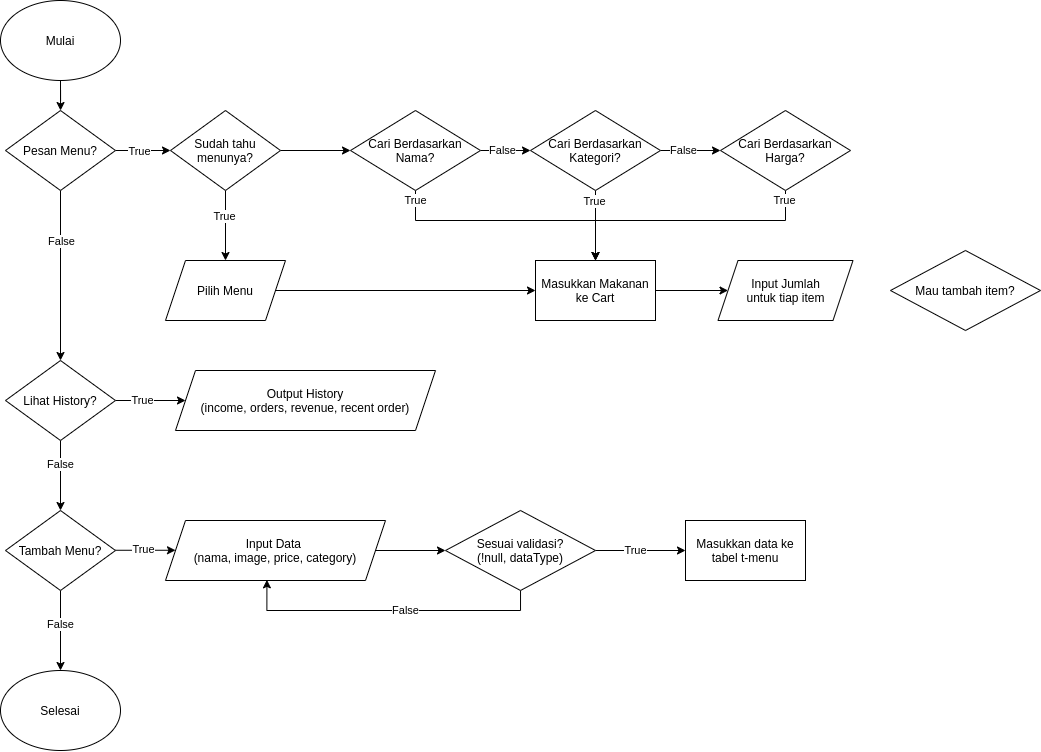
alifma/pos-backend keeps this draw.io diagram as POS-Backend-Diagram.png. Above is the earlier version. Source tidied: cells renumbered, new cells last; positions are measured from the earlier drawing's top-left corner, leaving out a move shared by most shapes. Source of this version:
```xml
<mxGraphModel>
  <root>
    <mxCell id="0" />
    <mxCell id="1" parent="0" />
    <mxCell id="2" style="edgeStyle=orthogonalEdgeStyle;rounded=0;jettySize=auto;html=1;" parent="1" edge="1" source="3" target="9">
      <mxGeometry relative="1" as="geometry" />
    </mxCell>
    <mxCell id="3" value="Mulai" style="ellipse;whiteSpace=wrap;html=1;" parent="1" vertex="1">
      <mxGeometry width="120" height="80" as="geometry" />
    </mxCell>
    <mxCell id="4" value="Selesai" style="ellipse;whiteSpace=wrap;html=1;" parent="1" vertex="1">
      <mxGeometry y="670" width="120" height="80" as="geometry" />
    </mxCell>
    <mxCell id="5" style="edgeStyle=orthogonalEdgeStyle;rounded=0;jettySize=auto;html=1;" parent="1" edge="1" source="9" target="14">
      <mxGeometry relative="1" as="geometry" />
    </mxCell>
    <mxCell id="6" value="False" style="edgeLabel;html=1;align=center;verticalAlign=middle;" parent="5" vertex="1">
      <mxGeometry x="-0.41" y="1" relative="1" as="geometry" />
    </mxCell>
    <mxCell id="7" style="edgeStyle=orthogonalEdgeStyle;rounded=0;jettySize=auto;html=1;" parent="1" edge="1" source="9" target="32">
      <mxGeometry relative="1" as="geometry" />
    </mxCell>
    <mxCell id="8" value="True" style="edgeLabel;html=1;align=center;verticalAlign=middle;" parent="7" vertex="1">
      <mxGeometry x="-0.13" y="-1" relative="1" as="geometry" />
    </mxCell>
    <mxCell id="9" value="Pesan Menu?" style="rhombus;whiteSpace=wrap;html=1;" parent="1" vertex="1">
      <mxGeometry x="5" y="110" width="110" height="80" as="geometry" />
    </mxCell>
    <mxCell id="10" style="edgeStyle=orthogonalEdgeStyle;rounded=0;jettySize=auto;html=1;" parent="1" edge="1" source="14" target="19">
      <mxGeometry relative="1" as="geometry" />
    </mxCell>
    <mxCell id="11" value="False" style="edgeLabel;html=1;align=center;verticalAlign=middle;" parent="10" vertex="1">
      <mxGeometry x="-0.33" relative="1" as="geometry" />
    </mxCell>
    <mxCell id="12" style="edgeStyle=orthogonalEdgeStyle;rounded=0;jettySize=auto;html=1;" parent="1" edge="1" source="14" target="28">
      <mxGeometry relative="1" as="geometry" />
    </mxCell>
    <mxCell id="13" value="True" style="edgeLabel;html=1;align=center;verticalAlign=middle;" parent="12" vertex="1">
      <mxGeometry x="-0.25" relative="1" as="geometry" />
    </mxCell>
    <mxCell id="14" value="Lihat History?" style="rhombus;whiteSpace=wrap;html=1;" parent="1" vertex="1">
      <mxGeometry x="5" y="360" width="110" height="80" as="geometry" />
    </mxCell>
    <mxCell id="15" style="edgeStyle=orthogonalEdgeStyle;rounded=0;jettySize=auto;html=1;" parent="1" edge="1" source="19" target="4">
      <mxGeometry relative="1" as="geometry" />
    </mxCell>
    <mxCell id="16" value="False" style="edgeLabel;html=1;align=center;verticalAlign=middle;" parent="15" vertex="1">
      <mxGeometry x="0.21" y="-2" relative="1" as="geometry">
        <mxPoint x="2" y="-14.3" as="offset" />
      </mxGeometry>
    </mxCell>
    <mxCell id="17" style="edgeStyle=orthogonalEdgeStyle;rounded=0;orthogonalLoop=1;jettySize=auto;html=1;" parent="1" edge="1">
      <mxGeometry relative="1" as="geometry">
        <mxPoint x="115" y="549.8" as="sourcePoint" />
        <mxPoint x="175" y="549.8" as="targetPoint" />
      </mxGeometry>
    </mxCell>
    <mxCell id="18" value="True" style="edgeLabel;html=1;align=center;verticalAlign=middle;" parent="17" vertex="1">
      <mxGeometry x="0.12" y="-1" relative="1" as="geometry">
        <mxPoint x="-6.3" y="-1.8" as="offset" />
      </mxGeometry>
    </mxCell>
    <mxCell id="19" value="Tambah Menu?" style="rhombus;whiteSpace=wrap;html=1;" parent="1" vertex="1">
      <mxGeometry x="5" y="510" width="110" height="80" as="geometry" />
    </mxCell>
    <mxCell id="20" style="edgeStyle=orthogonalEdgeStyle;rounded=0;jettySize=auto;html=1;" parent="1" edge="1" source="21" target="26">
      <mxGeometry relative="1" as="geometry" />
    </mxCell>
    <mxCell id="21" value="Input Data&amp;nbsp;&lt;br&gt;(nama, image, price, category)" style="shape=parallelogram;perimeter=parallelogramPerimeter;whiteSpace=wrap;html=1;fixedSize=1;" parent="1" vertex="1">
      <mxGeometry x="165" y="520" width="220" height="60" as="geometry" />
    </mxCell>
    <mxCell id="22" style="edgeStyle=orthogonalEdgeStyle;rounded=0;jettySize=auto;html=1;entryX=0.461;entryY=0.989;entryDx=0;entryDy=0;entryPerimeter=0;" parent="1" edge="1" source="26" target="21">
      <mxGeometry relative="1" as="geometry">
        <Array as="points">
          <mxPoint x="520" y="610" />
          <mxPoint x="266" y="610" />
        </Array>
      </mxGeometry>
    </mxCell>
    <mxCell id="23" value="False" style="edgeLabel;html=1;align=center;verticalAlign=middle;" parent="22" vertex="1">
      <mxGeometry x="-0.11" relative="1" as="geometry" />
    </mxCell>
    <mxCell id="24" style="edgeStyle=orthogonalEdgeStyle;rounded=0;jettySize=auto;html=1;" parent="1" edge="1" source="26" target="27">
      <mxGeometry relative="1" as="geometry" />
    </mxCell>
    <mxCell id="25" value="True" style="edgeLabel;html=1;align=center;verticalAlign=middle;" parent="24" vertex="1">
      <mxGeometry x="0.11" y="-2" relative="1" as="geometry">
        <mxPoint x="-10.3" y="-2" as="offset" />
      </mxGeometry>
    </mxCell>
    <mxCell id="26" value="Sesuai validasi?&lt;br&gt;(!null, dataType)" style="rhombus;whiteSpace=wrap;html=1;" parent="1" vertex="1">
      <mxGeometry x="445" y="510" width="150" height="80" as="geometry" />
    </mxCell>
    <mxCell id="27" value="Masukkan data ke tabel t-menu" style="rounded=0;whiteSpace=wrap;html=1;" parent="1" vertex="1">
      <mxGeometry x="685" y="520" width="120" height="60" as="geometry" />
    </mxCell>
    <mxCell id="28" value="Output History&lt;br&gt;(income, orders, revenue, recent order)" style="shape=parallelogram;perimeter=parallelogramPerimeter;whiteSpace=wrap;html=1;fixedSize=1;" parent="1" vertex="1">
      <mxGeometry x="175" y="370" width="260" height="60" as="geometry" />
    </mxCell>
    <mxCell id="29" style="edgeStyle=orthogonalEdgeStyle;rounded=0;jettySize=auto;html=1;" parent="1" edge="1" source="32" target="34">
      <mxGeometry relative="1" as="geometry" />
    </mxCell>
    <mxCell id="30" value="True" style="edgeLabel;html=1;align=center;verticalAlign=middle;" parent="29" vertex="1">
      <mxGeometry x="-0.27" y="-1" relative="1" as="geometry" />
    </mxCell>
    <mxCell id="31" style="edgeStyle=orthogonalEdgeStyle;rounded=0;jettySize=auto;html=1;" parent="1" edge="1" source="32" target="38">
      <mxGeometry relative="1" as="geometry" />
    </mxCell>
    <mxCell id="32" value="Sudah tahu menunya?" style="rhombus;whiteSpace=wrap;html=1;" parent="1" vertex="1">
      <mxGeometry x="170" y="110" width="110" height="80" as="geometry" />
    </mxCell>
    <mxCell id="33" style="edgeStyle=orthogonalEdgeStyle;rounded=0;jettySize=auto;html=1;" parent="1" edge="1" source="34" target="46">
      <mxGeometry relative="1" as="geometry" />
    </mxCell>
    <mxCell id="34" value="Pilih Menu" style="shape=parallelogram;perimeter=parallelogramPerimeter;whiteSpace=wrap;html=1;fixedSize=1;" parent="1" vertex="1">
      <mxGeometry x="165" y="260" width="120" height="60" as="geometry" />
    </mxCell>
    <mxCell id="35" style="edgeStyle=orthogonalEdgeStyle;rounded=0;jettySize=auto;html=1;" parent="1" edge="1" source="38" target="42">
      <mxGeometry relative="1" as="geometry" />
    </mxCell>
    <mxCell id="36" value="False" style="edgeLabel;html=1;align=center;verticalAlign=middle;" parent="35" vertex="1">
      <mxGeometry x="0.2" relative="1" as="geometry">
        <mxPoint x="-8.3" as="offset" />
      </mxGeometry>
    </mxCell>
    <mxCell id="37" style="edgeStyle=orthogonalEdgeStyle;rounded=0;jettySize=auto;html=1;" parent="1" edge="1" source="38" target="46">
      <mxGeometry relative="1" as="geometry">
        <Array as="points">
          <mxPoint x="415" y="220" />
          <mxPoint x="595" y="220" />
        </Array>
      </mxGeometry>
    </mxCell>
    <mxCell id="38" value="Cari Berdasarkan Nama?" style="rhombus;whiteSpace=wrap;html=1;" parent="1" vertex="1">
      <mxGeometry x="350" y="110" width="130" height="80" as="geometry" />
    </mxCell>
    <mxCell id="39" style="edgeStyle=orthogonalEdgeStyle;rounded=0;jettySize=auto;html=1;" parent="1" edge="1" source="42" target="44">
      <mxGeometry relative="1" as="geometry" />
    </mxCell>
    <mxCell id="40" value="False" style="edgeLabel;html=1;align=center;verticalAlign=middle;" parent="39" vertex="1">
      <mxGeometry x="-0.24" relative="1" as="geometry" />
    </mxCell>
    <mxCell id="41" style="edgeStyle=orthogonalEdgeStyle;rounded=0;jettySize=auto;html=1;" parent="1" edge="1" source="42" target="46">
      <mxGeometry relative="1" as="geometry" />
    </mxCell>
    <mxCell id="42" value="Cari Berdasarkan Kategori?" style="rhombus;whiteSpace=wrap;html=1;" parent="1" vertex="1">
      <mxGeometry x="530" y="110" width="130" height="80" as="geometry" />
    </mxCell>
    <mxCell id="43" style="edgeStyle=orthogonalEdgeStyle;rounded=0;jettySize=auto;html=1;entryX=0.5;entryY=0;entryDx=0;entryDy=0;" parent="1" edge="1" source="44" target="46">
      <mxGeometry relative="1" as="geometry">
        <Array as="points">
          <mxPoint x="785" y="220" />
          <mxPoint x="595" y="220" />
        </Array>
      </mxGeometry>
    </mxCell>
    <mxCell id="44" value="Cari Berdasarkan Harga?" style="rhombus;whiteSpace=wrap;html=1;" parent="1" vertex="1">
      <mxGeometry x="720" y="110" width="130" height="80" as="geometry" />
    </mxCell>
    <mxCell id="45" style="edgeStyle=orthogonalEdgeStyle;rounded=0;jettySize=auto;html=1;" parent="1" edge="1" source="46" target="47">
      <mxGeometry relative="1" as="geometry" />
    </mxCell>
    <mxCell id="46" value="Masukkan Makanan ke Cart" style="rounded=0;whiteSpace=wrap;html=1;" parent="1" vertex="1">
      <mxGeometry x="535" y="260" width="120" height="60" as="geometry" />
    </mxCell>
    <mxCell id="47" value="Input Jumlah&lt;br&gt;untuk tiap item" style="shape=parallelogram;perimeter=parallelogramPerimeter;whiteSpace=wrap;html=1;fixedSize=1;rounded=0;" parent="1" vertex="1">
      <mxGeometry x="717.5" y="260" width="135" height="60" as="geometry" />
    </mxCell>
    <mxCell id="48" value="True" style="edgeLabel;html=1;align=center;verticalAlign=middle;" parent="1" vertex="1">
      <mxGeometry x="415" y="200" as="geometry" />
    </mxCell>
    <mxCell id="49" value="True" style="edgeLabel;html=1;align=center;verticalAlign=middle;" parent="1" vertex="1">
      <mxGeometry x="600" y="200" as="geometry">
        <mxPoint x="-6" y="1" as="offset" />
      </mxGeometry>
    </mxCell>
    <mxCell id="50" value="True" style="edgeLabel;html=1;align=center;verticalAlign=middle;" parent="1" vertex="1">
      <mxGeometry x="784" y="200" as="geometry" />
    </mxCell>
    <mxCell id="51" value="Mau tambah item?" style="rhombus;whiteSpace=wrap;html=1;" parent="1" vertex="1">
      <mxGeometry x="890" y="250" width="150" height="80" as="geometry" />
    </mxCell>
  </root>
</mxGraphModel>
```
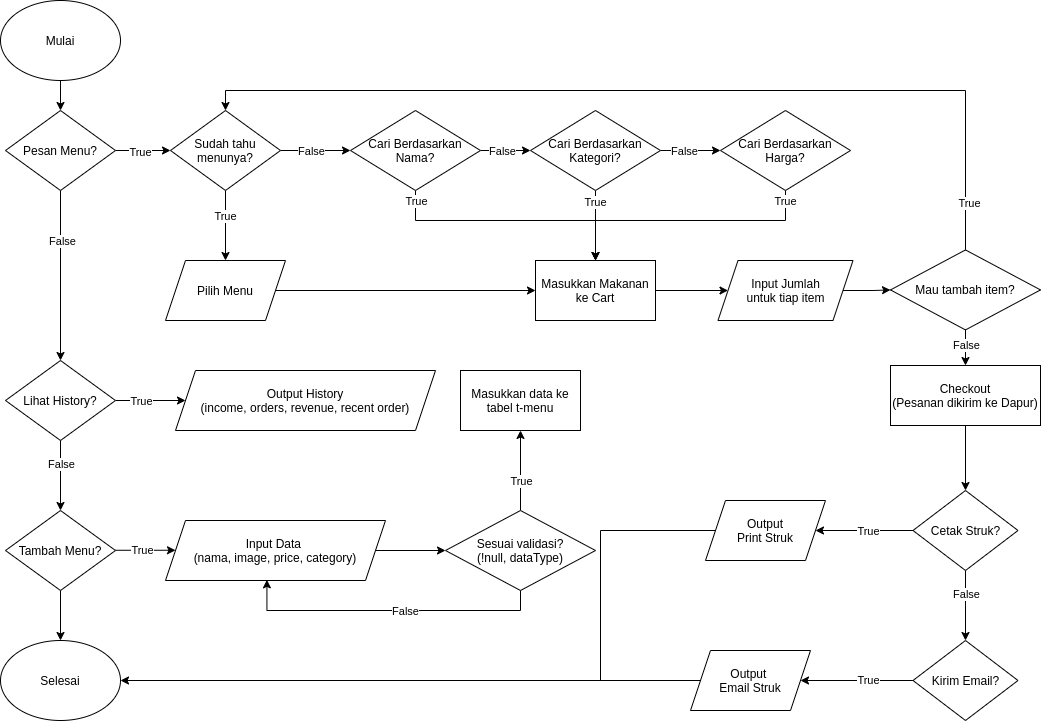
The same diagram one commit later.

What changed in the source:
```diff
@@ -9,7 +9,7 @@
       <mxGeometry width="120" height="80" as="geometry" />
     </mxCell>
     <mxCell id="4" value="Selesai" style="ellipse;whiteSpace=wrap;html=1;" parent="1" vertex="1">
-      <mxGeometry y="670" width="120" height="80" as="geometry" />
+      <mxGeometry y="640" width="120" height="80" as="geometry" />
     </mxCell>
     <mxCell id="5" style="edgeStyle=orthogonalEdgeStyle;rounded=0;jettySize=auto;html=1;" parent="1" edge="1" source="9" target="14">
       <mxGeometry relative="1" as="geometry" />
@@ -41,14 +41,6 @@
     <mxCell id="14" value="Lihat History?" style="rhombus;whiteSpace=wrap;html=1;" parent="1" vertex="1">
       <mxGeometry x="5" y="360" width="110" height="80" as="geometry" />
     </mxCell>
-    <mxCell id="15" style="edgeStyle=orthogonalEdgeStyle;rounded=0;jettySize=auto;html=1;" parent="1" edge="1" source="19" target="4">
-      <mxGeometry relative="1" as="geometry" />
-    </mxCell>
-    <mxCell id="16" value="False" style="edgeLabel;html=1;align=center;verticalAlign=middle;" parent="15" vertex="1">
-      <mxGeometry x="0.21" y="-2" relative="1" as="geometry">
-        <mxPoint x="2" y="-14.3" as="offset" />
-      </mxGeometry>
-    </mxCell>
     <mxCell id="17" style="edgeStyle=orthogonalEdgeStyle;rounded=0;orthogonalLoop=1;jettySize=auto;html=1;" parent="1" edge="1">
       <mxGeometry relative="1" as="geometry">
         <mxPoint x="115" y="549.8" as="sourcePoint" />
@@ -60,6 +52,9 @@
         <mxPoint x="-6.3" y="-1.8" as="offset" />
       </mxGeometry>
     </mxCell>
+    <mxCell id="15" style="edgeStyle=orthogonalEdgeStyle;rounded=0;jettySize=auto;html=1;" parent="1" edge="1" source="19" target="4">
+      <mxGeometry relative="1" as="geometry" />
+    </mxCell>
     <mxCell id="19" value="Tambah Menu?" style="rhombus;whiteSpace=wrap;html=1;" parent="1" vertex="1">
       <mxGeometry x="5" y="510" width="110" height="80" as="geometry" />
     </mxCell>
@@ -85,14 +80,14 @@
     </mxCell>
     <mxCell id="25" value="True" style="edgeLabel;html=1;align=center;verticalAlign=middle;" parent="24" vertex="1">
       <mxGeometry x="0.11" y="-2" relative="1" as="geometry">
-        <mxPoint x="-10.3" y="-2" as="offset" />
+        <mxPoint x="-2" y="14.8" as="offset" />
       </mxGeometry>
     </mxCell>
     <mxCell id="26" value="Sesuai validasi?&lt;br&gt;(!null, dataType)" style="rhombus;whiteSpace=wrap;html=1;" parent="1" vertex="1">
       <mxGeometry x="445" y="510" width="150" height="80" as="geometry" />
     </mxCell>
     <mxCell id="27" value="Masukkan data ke tabel t-menu" style="rounded=0;whiteSpace=wrap;html=1;" parent="1" vertex="1">
-      <mxGeometry x="685" y="520" width="120" height="60" as="geometry" />
+      <mxGeometry x="460" y="370" width="120" height="60" as="geometry" />
     </mxCell>
     <mxCell id="28" value="Output History&lt;br&gt;(income, orders, revenue, recent order)" style="shape=parallelogram;perimeter=parallelogramPerimeter;whiteSpace=wrap;html=1;fixedSize=1;" parent="1" vertex="1">
       <mxGeometry x="175" y="370" width="260" height="60" as="geometry" />
@@ -106,6 +101,11 @@
     <mxCell id="31" style="edgeStyle=orthogonalEdgeStyle;rounded=0;jettySize=auto;html=1;" parent="1" edge="1" source="32" target="38">
       <mxGeometry relative="1" as="geometry" />
     </mxCell>
+    <mxCell id="52" value="False" style="edgeLabel;html=1;align=center;verticalAlign=middle;" parent="31" vertex="1">
+      <mxGeometry x="0.21" y="-2" relative="1" as="geometry">
+        <mxPoint x="-12.8" y="-2" as="offset" />
+      </mxGeometry>
+    </mxCell>
     <mxCell id="32" value="Sudah tahu menunya?" style="rhombus;whiteSpace=wrap;html=1;" parent="1" vertex="1">
       <mxGeometry x="170" y="110" width="110" height="80" as="geometry" />
     </mxCell>
@@ -163,6 +163,9 @@
     <mxCell id="46" value="Masukkan Makanan ke Cart" style="rounded=0;whiteSpace=wrap;html=1;" parent="1" vertex="1">
       <mxGeometry x="535" y="260" width="120" height="60" as="geometry" />
     </mxCell>
+    <mxCell id="53" style="edgeStyle=orthogonalEdgeStyle;rounded=0;jettySize=auto;html=1;entryX=0;entryY=0.5;entryDx=0;entryDy=0;" parent="1" edge="1" source="47" target="51">
+      <mxGeometry relative="1" as="geometry" />
+    </mxCell>
     <mxCell id="47" value="Input Jumlah&lt;br&gt;untuk tiap item" style="shape=parallelogram;perimeter=parallelogramPerimeter;whiteSpace=wrap;html=1;fixedSize=1;rounded=0;" parent="1" vertex="1">
       <mxGeometry x="717.5" y="260" width="135" height="60" as="geometry" />
     </mxCell>
@@ -177,8 +180,73 @@
     <mxCell id="50" value="True" style="edgeLabel;html=1;align=center;verticalAlign=middle;" parent="1" vertex="1">
       <mxGeometry x="784" y="200" as="geometry" />
     </mxCell>
+    <mxCell id="54" style="edgeStyle=orthogonalEdgeStyle;rounded=0;jettySize=auto;html=1;entryX=0.5;entryY=0;entryDx=0;entryDy=0;exitX=0.5;exitY=0;exitDx=0;exitDy=0;" parent="1" edge="1" source="51" target="32">
+      <mxGeometry relative="1" as="geometry">
+        <Array as="points">
+          <mxPoint x="965" y="90" />
+          <mxPoint x="225" y="90" />
+        </Array>
+      </mxGeometry>
+    </mxCell>
+    <mxCell id="55" value="True" style="edgeLabel;html=1;align=center;verticalAlign=middle;" parent="54" vertex="1">
+      <mxGeometry x="-0.9" y="-3" relative="1" as="geometry" />
+    </mxCell>
+    <mxCell id="56" style="edgeStyle=orthogonalEdgeStyle;rounded=0;jettySize=auto;html=1;" parent="1" edge="1" source="51" target="59">
+      <mxGeometry relative="1" as="geometry" />
+    </mxCell>
+    <mxCell id="57" value="False" style="edgeLabel;html=1;align=center;verticalAlign=middle;" parent="56" vertex="1">
+      <mxGeometry x="-0.35" y="-1" relative="1" as="geometry">
+        <mxPoint x="1" y="0.2" as="offset" />
+      </mxGeometry>
+    </mxCell>
     <mxCell id="51" value="Mau tambah item?" style="rhombus;whiteSpace=wrap;html=1;" parent="1" vertex="1">
-      <mxGeometry x="890" y="250" width="150" height="80" as="geometry" />
+      <mxGeometry x="890" y="249.4" width="150" height="80" as="geometry" />
     </mxCell>
+    <mxCell id="58" style="edgeStyle=orthogonalEdgeStyle;rounded=0;jettySize=auto;html=1;exitX=0.5;exitY=1;exitDx=0;exitDy=0;" parent="1" edge="1" source="59" target="64">
+      <mxGeometry relative="1" as="geometry" />
+    </mxCell>
+    <mxCell id="59" value="Checkout&lt;br&gt;(Pesanan dikirim ke Dapur)" style="whiteSpace=wrap;html=1;" parent="1" vertex="1">
+      <mxGeometry x="890" y="365" width="150" height="60" as="geometry" />
+    </mxCell>
+    <mxCell id="60" style="edgeStyle=orthogonalEdgeStyle;rounded=0;jettySize=auto;html=1;" parent="1" edge="1" source="64" target="67">
+      <mxGeometry relative="1" as="geometry" />
+    </mxCell>
+    <mxCell id="61" value="False" style="edgeLabel;html=1;align=center;verticalAlign=middle;" parent="60" vertex="1">
+      <mxGeometry x="-0.33" relative="1" as="geometry" />
+    </mxCell>
+    <mxCell id="62" style="edgeStyle=orthogonalEdgeStyle;rounded=0;jettySize=auto;html=1;" parent="1" edge="1" source="64" target="69">
+      <mxGeometry relative="1" as="geometry" />
+    </mxCell>
+    <mxCell id="63" value="True" style="edgeLabel;html=1;align=center;verticalAlign=middle;" parent="62" vertex="1">
+      <mxGeometry x="0.16" y="-3" relative="1" as="geometry">
+        <mxPoint x="11.9" y="3" as="offset" />
+      </mxGeometry>
+    </mxCell>
+    <mxCell id="64" value="Cetak Struk?" style="rhombus;whiteSpace=wrap;html=1;" parent="1" vertex="1">
+      <mxGeometry x="912.5" y="490" width="105" height="80" as="geometry" />
+    </mxCell>
+    <mxCell id="65" style="edgeStyle=orthogonalEdgeStyle;rounded=0;jettySize=auto;html=1;" parent="1" edge="1" source="67" target="71">
+      <mxGeometry relative="1" as="geometry" />
+    </mxCell>
+    <mxCell id="66" value="True" style="edgeLabel;html=1;align=center;verticalAlign=middle;" parent="65" vertex="1">
+      <mxGeometry x="-0.19" y="-1" relative="1" as="geometry" />
+    </mxCell>
+    <mxCell id="67" value="Kirim Email?" style="rhombus;whiteSpace=wrap;html=1;" parent="1" vertex="1">
+      <mxGeometry x="912.5" y="640" width="105" height="80" as="geometry" />
+    </mxCell>
+    <mxCell id="68" style="edgeStyle=orthogonalEdgeStyle;rounded=0;jettySize=auto;html=1;endArrow=none;endFill=0;" parent="1" edge="1" source="69">
+      <mxGeometry relative="1" as="geometry">
+        <mxPoint x="600" y="680" as="targetPoint" />
+      </mxGeometry>
+    </mxCell>
+    <mxCell id="69" value="Output&lt;br&gt;Print Struk" style="shape=parallelogram;perimeter=parallelogramPerimeter;whiteSpace=wrap;html=1;fixedSize=1;" parent="1" vertex="1">
+      <mxGeometry x="705" y="500" width="120" height="60" as="geometry" />
+    </mxCell>
+    <mxCell id="70" style="edgeStyle=orthogonalEdgeStyle;rounded=0;jettySize=auto;html=1;entryX=1;entryY=0.5;entryDx=0;entryDy=0;" parent="1" edge="1" source="71" target="4">
+      <mxGeometry relative="1" as="geometry" />
+    </mxCell>
+    <mxCell id="71" value="Output&amp;nbsp;&lt;br&gt;Email Struk" style="shape=parallelogram;perimeter=parallelogramPerimeter;whiteSpace=wrap;html=1;fixedSize=1;" parent="1" vertex="1">
+      <mxGeometry x="690" y="650" width="120" height="60" as="geometry" />
+    </mxCell>
   </root>
 </mxGraphModel>
```
